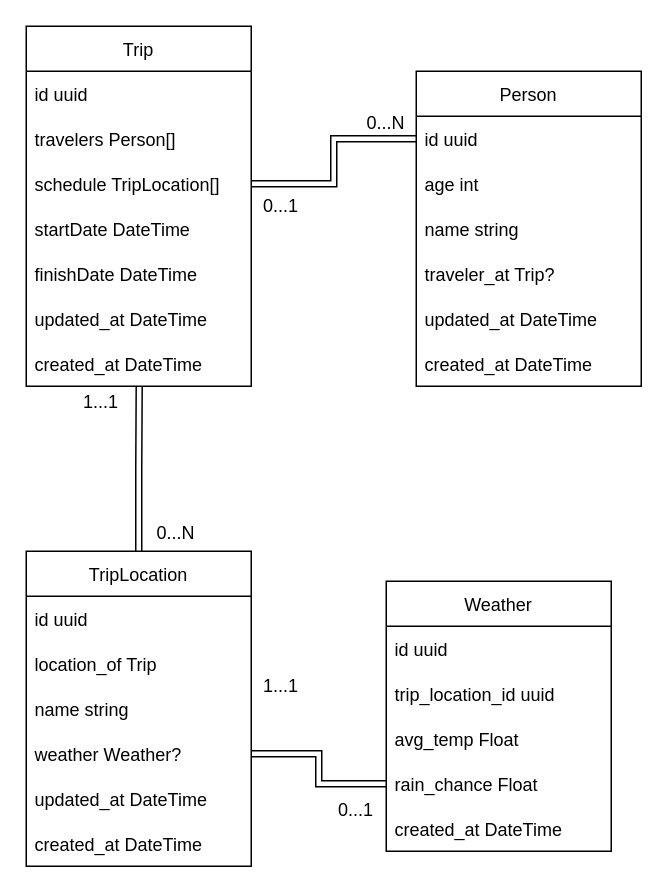
CG-SS/trips-backend keeps this draw.io diagram as res/models.drawio. Above is the earlier version. Source tidied: cells renumbered, new cells numbered last; positions are measured from the earlier drawing's top-left corner, leaving out a move shared by most shapes. Both pictures are drawn from the tidied source at 150%, with x=0, y=0 at pixel (26, 26).
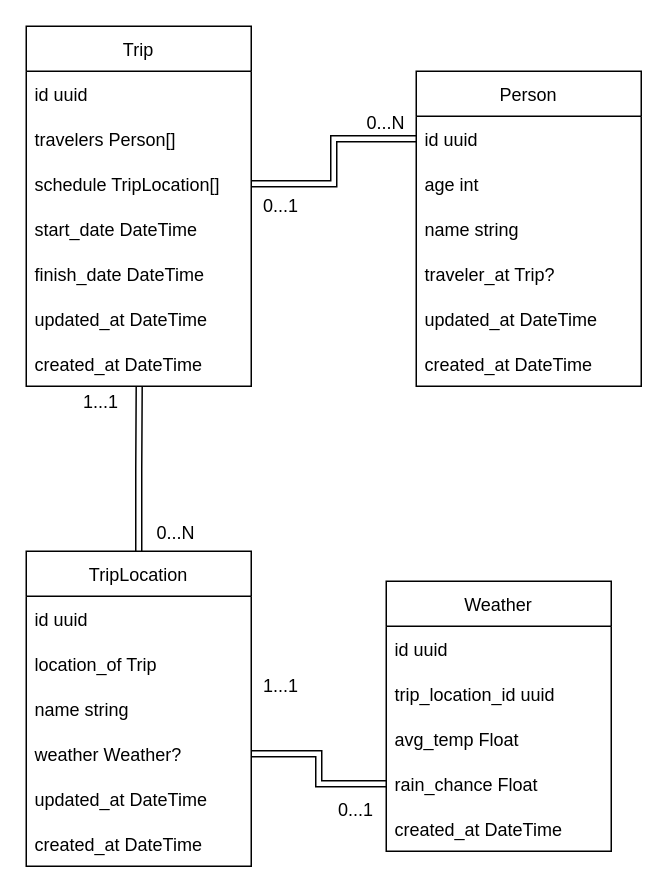
Above is the later version.

Commit message (it also covers changes not shown here):
Adding Trip model and model diagram fix

The change refers to these unchanged cells:
```xml
<mxCell id="2" value="Trip" style="swimlane;fontStyle=0;horizontal=1;startSize=30;" parent="1" vertex="1">
  <mxGeometry width="150" height="240" as="geometry" />
</mxCell>
```

Diff of the diagram source:
```diff
@@
-    <mxCell id="6" value="startDate DateTime" style="text;strokeColor=none;fillColor=none;align=left;verticalAlign=middle;spacingLeft=4;spacingRight=4;overflow=hidden;" parent="2" vertex="1">
+    <mxCell id="6" value="start_date DateTime" style="text;strokeColor=none;fillColor=none;align=left;verticalAlign=middle;spacingLeft=4;spacingRight=4;overflow=hidden;" parent="2" vertex="1">
       <mxGeometry y="120" width="150" height="30" as="geometry" />
     </mxCell>
-    <mxCell id="7" value="finishDate DateTime" style="text;strokeColor=none;fillColor=none;align=left;verticalAlign=middle;spacingLeft=4;spacingRight=4;overflow=hidden;" parent="2" vertex="1">
+    <mxCell id="7" value="finish_date DateTime" style="text;strokeColor=none;fillColor=none;align=left;verticalAlign=middle;spacingLeft=4;spacingRight=4;overflow=hidden;" parent="2" vertex="1">
       <mxGeometry y="150" width="150" height="30" as="geometry" />
     </mxCell>
```
